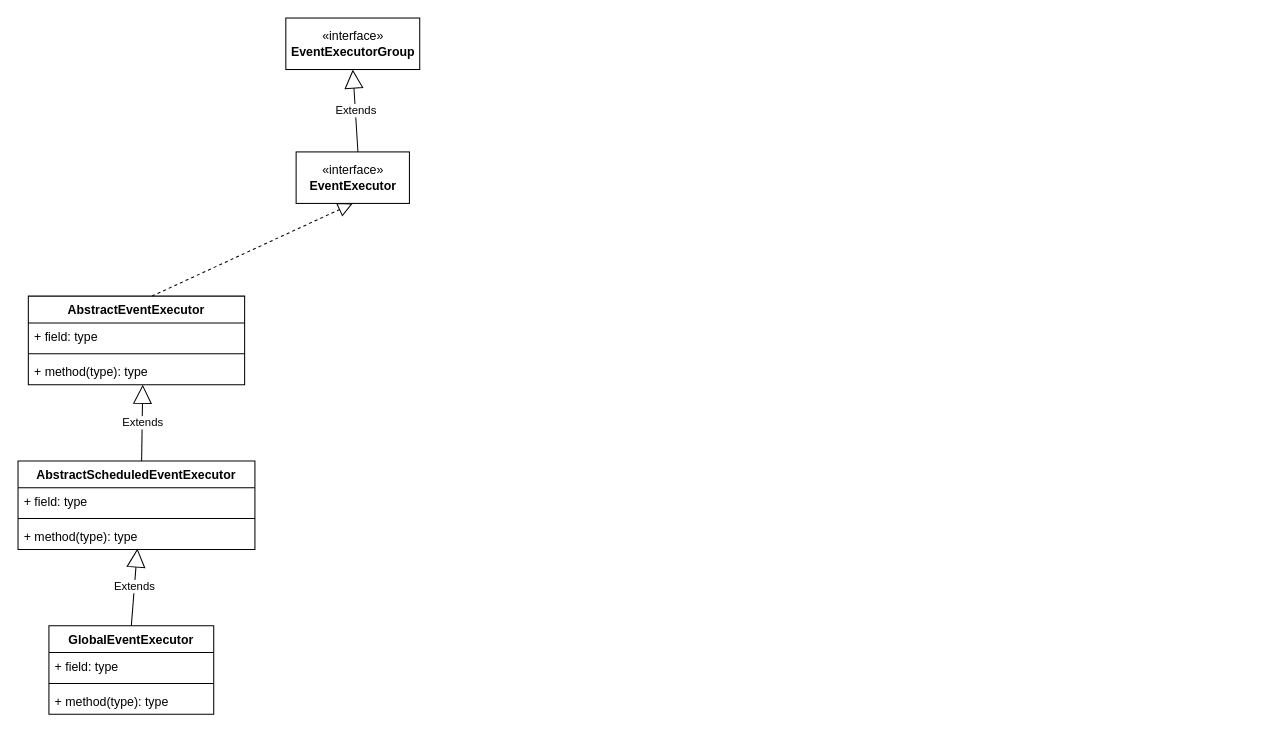
Above: page "Util" (6 of 6) of Netty.drawio in tadsimons/draw (draw.io), before the change. Source tidied: cells renumbered, new cells numbered last; positions are measured from the earlier drawing's top-left corner, leaving out a move shared by most shapes. Both pictures are drawn from the tidied source at 103%, with x=0, y=0 at pixel (18, 18).
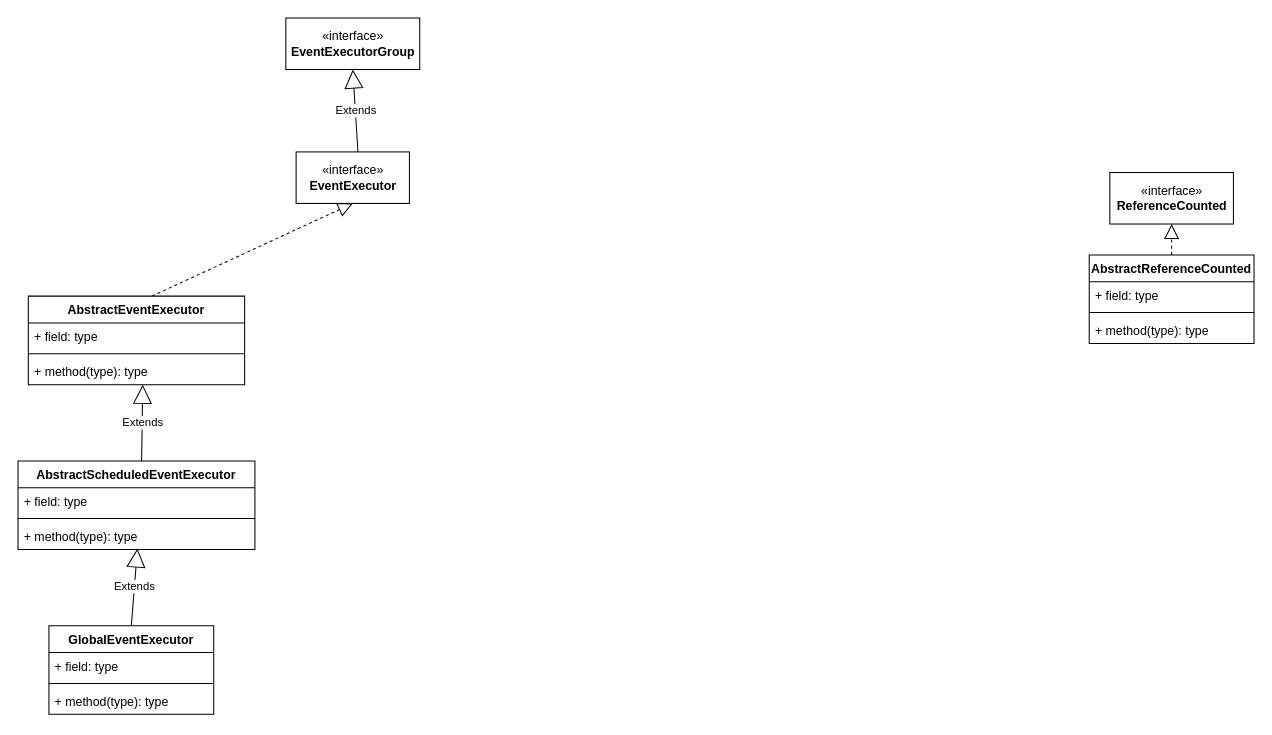
The same page after the edit.

Change to the diagram source:
```diff
@@
+    <mxCell id="20" value="«interface»&lt;br&gt;&lt;b&gt;ReferenceCounted&lt;/b&gt;" style="html=1;" parent="1" vertex="1">
+      <mxGeometry x="1060" y="150" width="120" height="50" as="geometry" />
+    </mxCell>
+    <mxCell id="21" value="AbstractReferenceCounted" style="swimlane;fontStyle=1;align=center;verticalAlign=top;horizontal=1;startSize=26;" parent="1" vertex="1">
+      <mxGeometry x="1040" y="230" width="160" height="86" as="geometry" />
+    </mxCell>
+    <mxCell id="22" value="+ field: type" style="text;strokeColor=none;fillColor=none;align=left;verticalAlign=top;spacingLeft=4;spacingRight=4;overflow=hidden;" parent="21" vertex="1">
+      <mxGeometry y="26" width="160" height="26" as="geometry" />
+    </mxCell>
+    <mxCell id="23" style="line;strokeWidth=1;fillColor=none;align=left;verticalAlign=middle;spacingTop=-1;spacingLeft=3;spacingRight=3;labelPosition=right;" parent="21" vertex="1">
+      <mxGeometry y="52" width="160" height="8" as="geometry" />
+    </mxCell>
+    <mxCell id="24" value="+ method(type): type" style="text;strokeColor=none;fillColor=none;align=left;verticalAlign=top;spacingLeft=4;spacingRight=4;overflow=hidden;" parent="21" vertex="1">
+      <mxGeometry y="60" width="160" height="26" as="geometry" />
+    </mxCell>
+    <mxCell id="25" style="endArrow=block;dashed=1;endFill=0;endSize=12;html=1;entryX=0.5;entryY=1;entryDx=0;entryDy=0;exitX=0.5;exitY=0;exitDx=0;exitDy=0;" parent="1" edge="1" source="21" target="20">
+      <mxGeometry relative="1" as="geometry" />
+    </mxCell>
```
